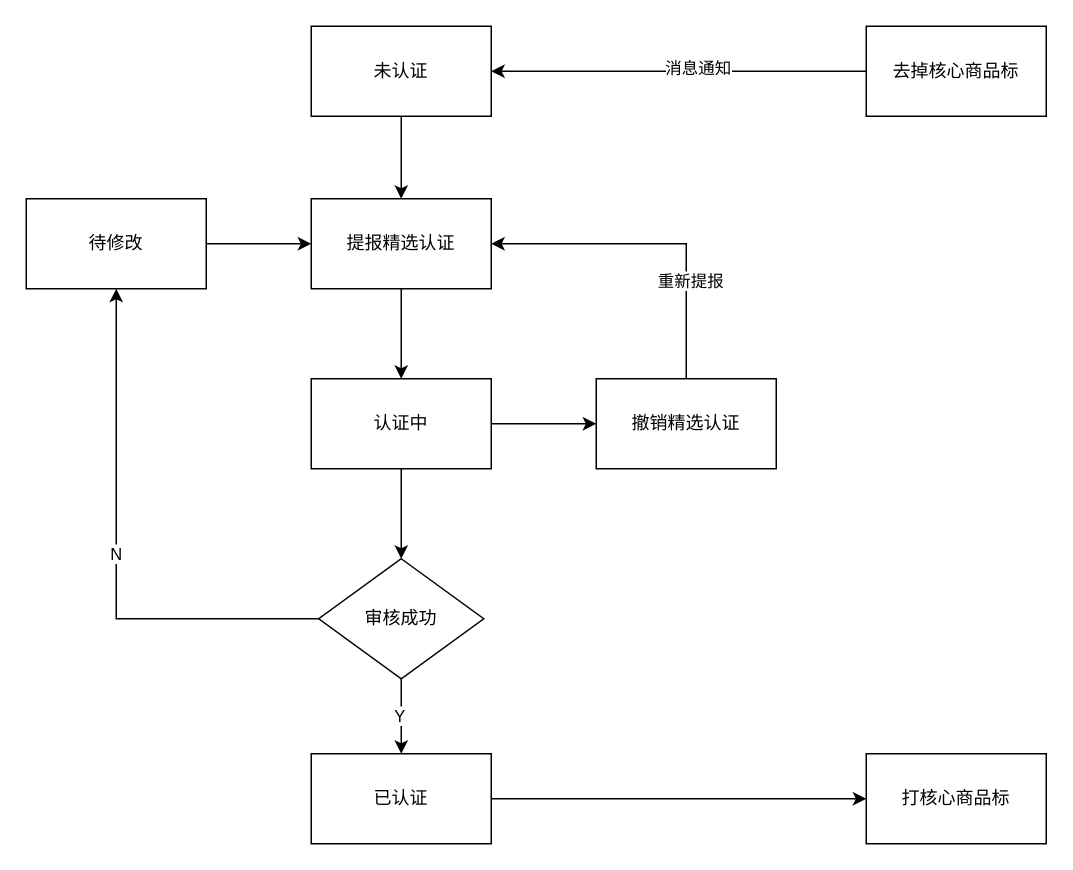
xike007/picture-bed keeps this draw.io diagram as diagrams/test01.drawio. Above is the earlier version. Source tidied: cells renumbered, new cells numbered last; positions are measured from the earlier drawing's top-left corner, leaving out a move shared by most shapes. Both pictures are drawn from the tidied source at 150%, with x=0, y=0 at pixel (26, 26).
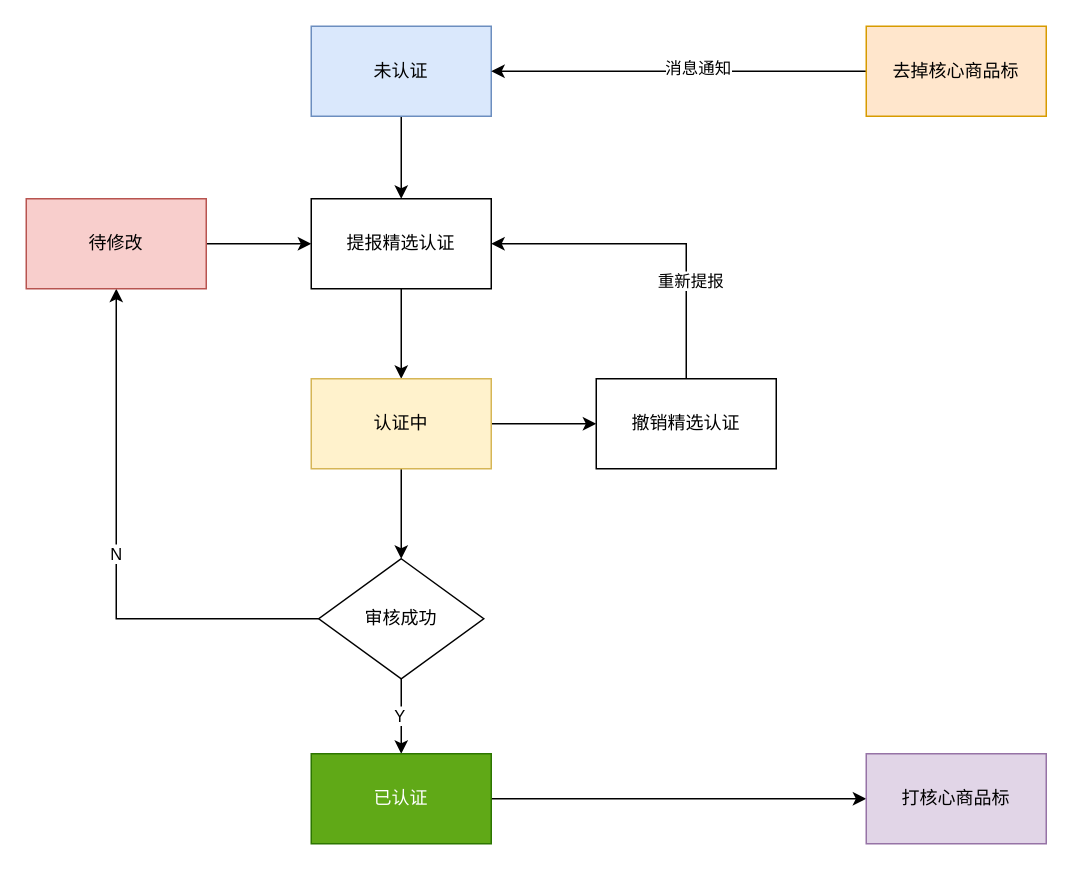
The same diagram, later.

Commit message (it also covers changes not shown here):
商品精选认证流程.drawio

What changed in the source:
```diff
@@
-    <mxCell id="6" value="认证中" style="rounded=0;whiteSpace=wrap;html=1;" parent="1" vertex="1">
+    <mxCell id="6" value="认证中" style="rounded=0;whiteSpace=wrap;html=1;fillColor=#fff2cc;strokeColor=#d6b656;" parent="1" vertex="1">
       <mxGeometry x="190" y="235" width="120" height="60" as="geometry" />
     </mxCell>
@@
-    <mxCell id="12" value="已认证" style="rounded=0;whiteSpace=wrap;html=1;" parent="1" vertex="1">
+    <mxCell id="12" value="已认证" style="rounded=0;whiteSpace=wrap;html=1;fillColor=#60a917;strokeColor=#2D7600;fontColor=#ffffff;" parent="1" vertex="1">
       <mxGeometry x="190" y="485" width="120" height="60" as="geometry" />
     </mxCell>
@@
-    <mxCell id="17" value="待修改" style="rounded=0;whiteSpace=wrap;html=1;" parent="1" vertex="1">
+    <mxCell id="17" value="待修改" style="rounded=0;whiteSpace=wrap;html=1;fillColor=#f8cecc;strokeColor=#b85450;" parent="1" vertex="1">
       <mxGeometry y="115" width="120" height="60" as="geometry" />
     </mxCell>
@@
-    <mxCell id="19" value="未认证" style="rounded=0;whiteSpace=wrap;html=1;" parent="1" vertex="1">
+    <mxCell id="19" value="未认证" style="rounded=0;whiteSpace=wrap;html=1;fillColor=#dae8fc;strokeColor=#6c8ebf;" parent="1" vertex="1">
       <mxGeometry x="190" width="120" height="60" as="geometry" />
     </mxCell>
-    <mxCell id="20" value="打核心商品标" style="rounded=0;whiteSpace=wrap;html=1;" parent="1" vertex="1">
+    <mxCell id="20" value="打核心商品标" style="rounded=0;whiteSpace=wrap;html=1;fillColor=#e1d5e7;strokeColor=#9673a6;" parent="1" vertex="1">
       <mxGeometry x="560" y="485" width="120" height="60" as="geometry" />
     </mxCell>
@@
-    <mxCell id="23" value="去掉核心商品标" style="rounded=0;whiteSpace=wrap;html=1;" parent="1" vertex="1">
+    <mxCell id="23" value="去掉核心商品标" style="rounded=0;whiteSpace=wrap;html=1;fillColor=#ffe6cc;strokeColor=#d79b00;" parent="1" vertex="1">
       <mxGeometry x="560" width="120" height="60" as="geometry" />
     </mxCell>
```
